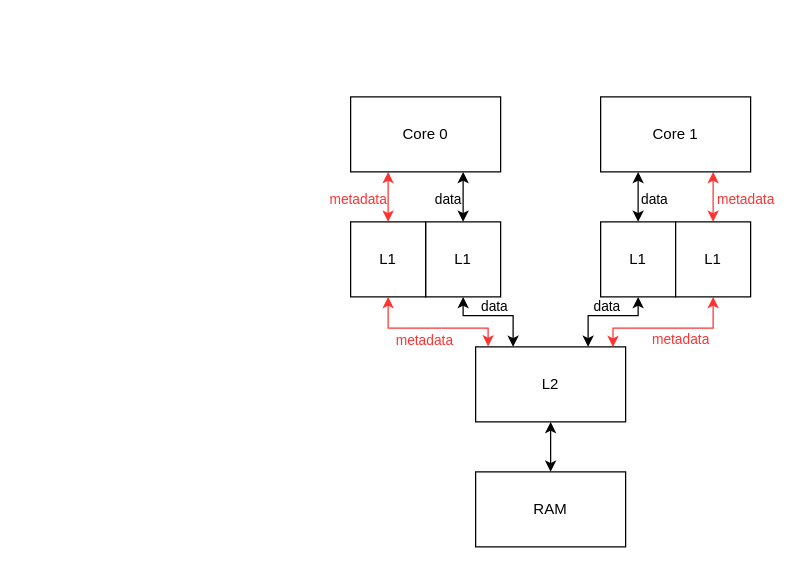
This is src/cache_global.drawio from maxletemple/rapport_stage_3A, a draw.io file, before an edit. Source tidied: cells renumbered, new cells numbered last; positions are measured from the earlier drawing's top-left corner, leaving out a move shared by most shapes. Both pictures are drawn from the tidied source at 125%, with x=0, y=0 at pixel (350, 96).
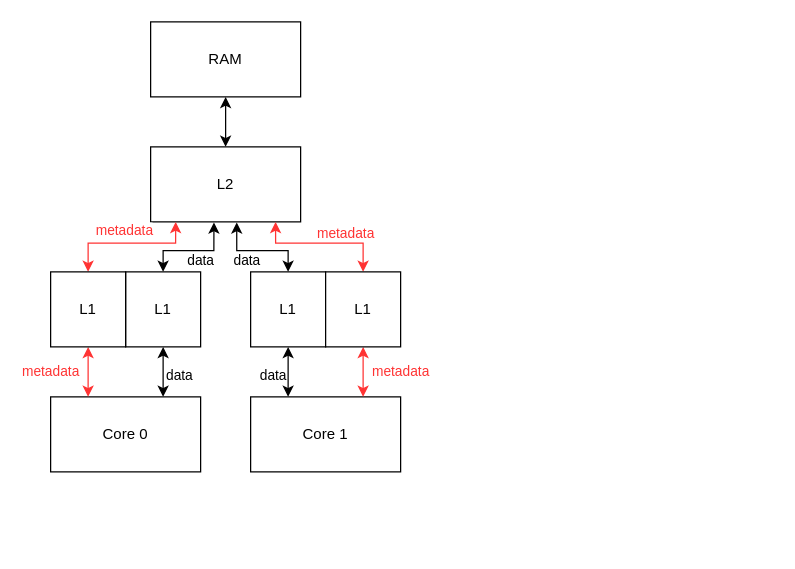
The same diagram, later.

The edit, as a diff of the source:
```diff
@@
-    <mxCell id="2" style="edgeStyle=orthogonalEdgeStyle;rounded=0;html=1;exitX=0.5;exitY=1;exitDx=0;exitDy=0;entryX=0.25;entryY=0;entryDx=0;entryDy=0;startArrow=classic;startFill=1;" parent="1" edge="1" source="4" target="9">
+    <mxCell id="2" style="edgeStyle=orthogonalEdgeStyle;html=1;exitX=0.5;exitY=0;exitDx=0;exitDy=0;entryX=0.422;entryY=1.008;entryDx=0;entryDy=0;strokeColor=#000000;fontColor=#FF3333;startArrow=classic;startFill=1;rounded=0;entryPerimeter=0;" parent="1" edge="1" source="4" target="9">
       <mxGeometry relative="1" as="geometry">
         <Array as="points">
-          <mxPoint x="90" y="175" />
-          <mxPoint x="130" y="175" />
+          <mxPoint x="-150" y="123" />
+          <mxPoint x="-109" y="123" />
         </Array>
       </mxGeometry>
     </mxCell>
-    <mxCell id="3" value="data" style="edgeLabel;html=1;align=center;verticalAlign=middle;" parent="2" vertex="1">
-      <mxGeometry x="0.04" relative="1" as="geometry">
-        <mxPoint x="-3" y="-8" as="offset" />
-      </mxGeometry>
-    </mxCell>
+    <mxCell id="27" value="data" style="edgeLabel;html=1;align=center;verticalAlign=middle;fontColor=#000000;" parent="2" vertex="1">
+      <mxGeometry x="0.23" y="-1" relative="1" as="geometry">
+        <mxPoint x="-3" y="6" as="offset" />
+      </mxGeometry>
+    </mxCell>
+    <mxCell id="28" style="edgeStyle=none;html=1;entryX=0.75;entryY=0;entryDx=0;entryDy=0;strokeColor=#000000;fontColor=#FF3333;startArrow=classic;startFill=1;" parent="1" edge="1" source="4" target="15">
+      <mxGeometry relative="1" as="geometry" />
+    </mxCell>
+    <mxCell id="29" value="data" style="edgeLabel;html=1;align=center;verticalAlign=middle;fontColor=#000000;" parent="28" vertex="1">
+      <mxGeometry x="0.08" relative="1" as="geometry">
+        <mxPoint x="12" as="offset" />
+      </mxGeometry>
+    </mxCell>
     <mxCell id="4" value="L1" style="rounded=0;whiteSpace=wrap;html=1;" parent="1" vertex="1">
-      <mxGeometry x="60" y="100" width="60" height="60" as="geometry" />
+      <mxGeometry x="-180" y="140" width="60" height="60" as="geometry" />
     </mxCell>
+    <mxCell id="30" style="edgeStyle=none;html=1;exitX=0.5;exitY=1;exitDx=0;exitDy=0;entryX=0.25;entryY=0;entryDx=0;entryDy=0;strokeColor=#000000;fontColor=#FF3333;startArrow=classic;startFill=1;" parent="1" edge="1" source="7" target="20">
+      <mxGeometry relative="1" as="geometry" />
+    </mxCell>
+    <mxCell id="31" value="data" style="edgeLabel;html=1;align=center;verticalAlign=middle;fontColor=#000000;" parent="30" vertex="1">
+      <mxGeometry x="0.12" y="1" relative="1" as="geometry">
+        <mxPoint x="-14" as="offset" />
+      </mxGeometry>
+    </mxCell>
-    <mxCell id="5" style="edgeStyle=orthogonalEdgeStyle;rounded=0;html=1;exitX=0.5;exitY=1;exitDx=0;exitDy=0;entryX=0.75;entryY=0;entryDx=0;entryDy=0;startArrow=classic;startFill=1;" parent="1" edge="1" source="7" target="9">
+    <mxCell id="5" style="edgeStyle=orthogonalEdgeStyle;rounded=0;html=1;entryX=0.574;entryY=1.007;entryDx=0;entryDy=0;entryPerimeter=0;strokeColor=#000000;fontColor=#FF3333;startArrow=classic;startFill=1;" parent="1" edge="1" source="7" target="9">
       <mxGeometry relative="1" as="geometry">
         <Array as="points">
-          <mxPoint x="230" y="175" />
-          <mxPoint x="190" y="175" />
+          <mxPoint x="-50" y="123" />
+          <mxPoint x="-91" y="123" />
         </Array>
       </mxGeometry>
     </mxCell>
-    <mxCell id="6" value="data" style="edgeLabel;html=1;align=center;verticalAlign=middle;" parent="5" vertex="1">
-      <mxGeometry x="0.11" y="1" relative="1" as="geometry">
-        <mxPoint x="3" y="-9" as="offset" />
-      </mxGeometry>
-    </mxCell>
+    <mxCell id="32" value="data" style="edgeLabel;html=1;align=center;verticalAlign=middle;fontColor=#000000;" parent="5" vertex="1">
+      <mxGeometry x="0.27" y="-1" relative="1" as="geometry">
+        <mxPoint y="8" as="offset" />
+      </mxGeometry>
+    </mxCell>
     <mxCell id="7" value="L1" style="rounded=0;whiteSpace=wrap;html=1;" parent="1" vertex="1">
-      <mxGeometry x="200" y="100" width="60" height="60" as="geometry" />
+      <mxGeometry x="-80" y="140" width="60" height="60" as="geometry" />
     </mxCell>
-    <mxCell id="8" style="edgeStyle=none;html=1;exitX=0.5;exitY=1;exitDx=0;exitDy=0;entryX=0.5;entryY=0;entryDx=0;entryDy=0;startArrow=classic;startFill=1;" parent="1" edge="1" source="9" target="10">
-      <mxGeometry relative="1" as="geometry" />
-    </mxCell>
     <mxCell id="9" value="L2" style="rounded=0;whiteSpace=wrap;html=1;" parent="1" vertex="1">
-      <mxGeometry x="100" y="200" width="120" height="60" as="geometry" />
+      <mxGeometry x="-160" y="40" width="120" height="60" as="geometry" />
     </mxCell>
+    <mxCell id="33" style="edgeStyle=none;html=1;entryX=0.5;entryY=0;entryDx=0;entryDy=0;startArrow=classic;startFill=1;" parent="1" edge="1" source="10" target="9">
+      <mxGeometry relative="1" as="geometry" />
+    </mxCell>
     <mxCell id="10" value="RAM" style="rounded=0;whiteSpace=wrap;html=1;" parent="1" vertex="1">
-      <mxGeometry x="100" y="300" width="120" height="60" as="geometry" />
+      <mxGeometry x="-160" y="-60" width="120" height="60" as="geometry" />
     </mxCell>
-    <mxCell id="11" style="edgeStyle=none;html=1;startArrow=classic;startFill=1;exitX=0.75;exitY=1;exitDx=0;exitDy=0;" parent="1" edge="1" source="15" target="4">
-      <mxGeometry relative="1" as="geometry" />
-    </mxCell>
-    <mxCell id="12" value="data" style="edgeLabel;html=1;align=center;verticalAlign=middle;fontColor=#000000;" parent="11" vertex="1">
-      <mxGeometry x="0.15" relative="1" as="geometry">
-        <mxPoint x="-13" y="-2" as="offset" />
-      </mxGeometry>
-    </mxCell>
-    <mxCell id="13" style="edgeStyle=orthogonalEdgeStyle;html=1;exitX=0.25;exitY=1;exitDx=0;exitDy=0;entryX=0.5;entryY=0;entryDx=0;entryDy=0;rounded=0;startArrow=classic;startFill=1;fontColor=#FF3333;strokeColor=#FF3333;" parent="1" edge="1" source="15" target="23">
-      <mxGeometry relative="1" as="geometry" />
-    </mxCell>
-    <mxCell id="14" value="metadata" style="edgeLabel;html=1;align=center;verticalAlign=middle;fontColor=#FF3333;" parent="13" vertex="1">
-      <mxGeometry x="0.8" y="-1" relative="1" as="geometry">
-        <mxPoint x="-24" y="-15" as="offset" />
-      </mxGeometry>
-    </mxCell>
     <mxCell id="15" value="Core 0" style="rounded=0;whiteSpace=wrap;html=1;" parent="1" vertex="1">
-      <mxGeometry width="120" height="60" as="geometry" />
+      <mxGeometry x="-240" y="240" width="120" height="60" as="geometry" />
     </mxCell>
-    <mxCell id="16" style="edgeStyle=none;html=1;entryX=0.5;entryY=0;entryDx=0;entryDy=0;startArrow=classic;startFill=1;exitX=0.25;exitY=1;exitDx=0;exitDy=0;" parent="1" edge="1" source="20" target="7">
-      <mxGeometry relative="1" as="geometry" />
-    </mxCell>
-    <mxCell id="17" value="data" style="edgeLabel;html=1;align=center;verticalAlign=middle;fontColor=#000000;" parent="16" vertex="1">
-      <mxGeometry x="-0.27" y="1" relative="1" as="geometry">
-        <mxPoint x="11" y="6" as="offset" />
-      </mxGeometry>
-    </mxCell>
-    <mxCell id="18" style="edgeStyle=orthogonalEdgeStyle;rounded=0;html=1;exitX=0.75;exitY=1;exitDx=0;exitDy=0;entryX=0.5;entryY=0;entryDx=0;entryDy=0;startArrow=classic;startFill=1;fontColor=#FF3333;strokeColor=#FF3333;" parent="1" edge="1" source="20" target="26">
-      <mxGeometry relative="1" as="geometry" />
-    </mxCell>
-    <mxCell id="19" value="metadata" style="edgeLabel;html=1;align=center;verticalAlign=middle;fontColor=#FF3333;" parent="18" vertex="1">
-      <mxGeometry x="-0.31" relative="1" as="geometry">
-        <mxPoint x="25" y="7" as="offset" />
-      </mxGeometry>
-    </mxCell>
     <mxCell id="20" value="Core 1" style="rounded=0;whiteSpace=wrap;html=1;" parent="1" vertex="1">
-      <mxGeometry x="200" width="120" height="60" as="geometry" />
+      <mxGeometry x="-80" y="240" width="120" height="60" as="geometry" />
     </mxCell>
-    <mxCell id="21" style="edgeStyle=orthogonalEdgeStyle;rounded=0;html=1;exitX=0.5;exitY=1;exitDx=0;exitDy=0;entryX=0.083;entryY=-0.006;entryDx=0;entryDy=0;startArrow=classic;startFill=1;entryPerimeter=0;fontColor=#FF3333;strokeColor=#FF3333;" parent="1" edge="1" source="23" target="9">
-      <mxGeometry relative="1" as="geometry">
-        <Array as="points">
-          <mxPoint x="30" y="185" />
-          <mxPoint x="110" y="185" />
-        </Array>
-      </mxGeometry>
-    </mxCell>
-    <mxCell id="22" value="metadata" style="edgeLabel;html=1;align=center;verticalAlign=middle;fontColor=#FF3333;" parent="21" vertex="1">
-      <mxGeometry x="-0.22" y="-1" relative="1" as="geometry">
-        <mxPoint x="6" y="8" as="offset" />
-      </mxGeometry>
-    </mxCell>
-    <mxCell id="23" value="L1" style="rounded=0;whiteSpace=wrap;html=1;" parent="1" vertex="1">
-      <mxGeometry y="100" width="60" height="60" as="geometry" />
-    </mxCell>
-    <mxCell id="24" style="edgeStyle=orthogonalEdgeStyle;rounded=0;html=1;exitX=0.5;exitY=1;exitDx=0;exitDy=0;entryX=0.916;entryY=0.003;entryDx=0;entryDy=0;entryPerimeter=0;startArrow=classic;startFill=1;fontColor=#FF3333;strokeColor=#FF3333;" parent="1" edge="1" source="26" target="9">
-      <mxGeometry relative="1" as="geometry">
-        <Array as="points">
-          <mxPoint x="290" y="185" />
-          <mxPoint x="210" y="185" />
-        </Array>
-      </mxGeometry>
-    </mxCell>
-    <mxCell id="25" value="metadata" style="edgeLabel;html=1;align=center;verticalAlign=middle;fontColor=#FF3333;" parent="24" vertex="1">
-      <mxGeometry x="-0.12" y="-1" relative="1" as="geometry">
-        <mxPoint x="1" y="9" as="offset" />
-      </mxGeometry>
-    </mxCell>
-    <mxCell id="26" value="L1" style="rounded=0;whiteSpace=wrap;html=1;" parent="1" vertex="1">
-      <mxGeometry x="260" y="100" width="60" height="60" as="geometry" />
-    </mxCell>
+    <mxCell id="34" value="metadata" style="edgeStyle=none;html=1;exitX=0.5;exitY=1;exitDx=0;exitDy=0;entryX=0.25;entryY=0;entryDx=0;entryDy=0;strokeColor=#FF3333;fontColor=#FF3333;startArrow=classic;startFill=1;" parent="1" edge="1" source="36" target="15">
+      <mxGeometry y="-30" relative="1" as="geometry" />
+    </mxCell>
+    <mxCell id="35" value="metadata" style="edgeStyle=orthogonalEdgeStyle;rounded=0;html=1;entryX=0.167;entryY=1;entryDx=0;entryDy=0;entryPerimeter=0;strokeColor=#FF3333;fontColor=#FF3333;startArrow=classic;startFill=1;" parent="1" edge="1" source="36" target="9">
+      <mxGeometry x="-0.05" y="10" relative="1" as="geometry">
+        <Array as="points">
+          <mxPoint x="-210" y="117" />
+          <mxPoint x="-140" y="117" />
+        </Array>
+      </mxGeometry>
+    </mxCell>
+    <mxCell id="36" value="L1" style="rounded=0;whiteSpace=wrap;html=1;" parent="1" vertex="1">
+      <mxGeometry x="-240" y="140" width="60" height="60" as="geometry" />
+    </mxCell>
+    <mxCell id="37" value="metadata" style="edgeStyle=none;html=1;exitX=0.5;exitY=1;exitDx=0;exitDy=0;entryX=0.75;entryY=0;entryDx=0;entryDy=0;strokeColor=#FF3333;fontColor=#FF3333;startArrow=classic;startFill=1;" parent="1" edge="1" source="40" target="20">
+      <mxGeometry y="30" relative="1" as="geometry" />
+    </mxCell>
+    <mxCell id="38" style="edgeStyle=orthogonalEdgeStyle;rounded=0;html=1;entryX=0.833;entryY=1;entryDx=0;entryDy=0;entryPerimeter=0;strokeColor=#FF3333;fontColor=#FF3333;startArrow=classic;startFill=1;" parent="1" edge="1" source="40" target="9">
+      <mxGeometry relative="1" as="geometry">
+        <Array as="points">
+          <mxPoint x="10" y="117" />
+          <mxPoint x="-60" y="117" />
+        </Array>
+      </mxGeometry>
+    </mxCell>
+    <mxCell id="39" value="metadata" style="edgeLabel;html=1;align=center;verticalAlign=middle;fontColor=#FF3333;" parent="38" vertex="1">
+      <mxGeometry x="-0.28" y="1" relative="1" as="geometry">
+        <mxPoint x="2" y="-10" as="offset" />
+      </mxGeometry>
+    </mxCell>
+    <mxCell id="40" value="L1" style="rounded=0;whiteSpace=wrap;html=1;" parent="1" vertex="1">
+      <mxGeometry x="-20" y="140" width="60" height="60" as="geometry" />
+    </mxCell>
```
